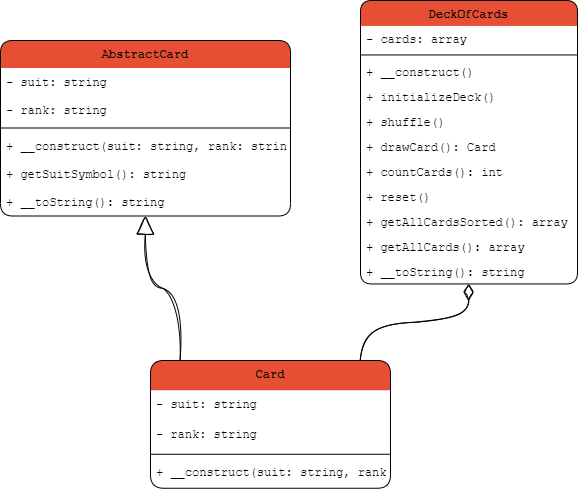
The draw.io diagram public/img/cards_uml.png in frivolousgirl/bth-mvc, before a commit. Source tidied: cells renumbered, new cells last; positions are measured from the earlier drawing's top-left corner, leaving out a move shared by most shapes. Source of this version:
```xml
<mxGraphModel>
  <root>
    <mxCell id="0" />
    <mxCell id="1" parent="0" />
    <mxCell id="2" value="AbstractCard" style="swimlane;fontStyle=1;align=center;verticalAlign=top;horizontal=1;startSize=27.5;fillColor=#E74F34;rounded=1;swimlaneLine=0;fontFamily=Courier New;" parent="1" vertex="1">
      <mxGeometry y="40" width="290" height="175.5" as="geometry" />
    </mxCell>
    <mxCell id="3" value="- suit: string" style="text;strokeColor=none;fillColor=none;align=left;verticalAlign=top;spacingLeft=4;spacingRight=4;overflow=hidden;fontFamily=Courier New;" parent="2" vertex="1">
      <mxGeometry y="27.5" width="290" height="28" as="geometry" />
    </mxCell>
    <mxCell id="4" value="- rank: string" style="text;strokeColor=none;fillColor=none;align=left;verticalAlign=top;spacingLeft=4;spacingRight=4;overflow=hidden;fontFamily=Courier New;" parent="2" vertex="1">
      <mxGeometry y="55.5" width="290" height="28" as="geometry" />
    </mxCell>
    <mxCell id="5" style="line;strokeWidth=1;fillColor=none;align=left;verticalAlign=middle;spacingTop=-1;spacingLeft=3;spacingRight=3;labelPosition=right;strokeColor=inherit;fontFamily=Courier New;" parent="2" vertex="1">
      <mxGeometry y="83.5" width="290" height="8" as="geometry" />
    </mxCell>
    <mxCell id="6" value="+ __construct(suit: string, rank: string)" style="text;strokeColor=none;fillColor=none;align=left;verticalAlign=top;spacingLeft=4;spacingRight=4;overflow=hidden;fontFamily=Courier New;" parent="2" vertex="1">
      <mxGeometry y="91.5" width="290" height="28" as="geometry" />
    </mxCell>
    <mxCell id="7" value="+ getSuitSymbol(): string" style="text;strokeColor=none;fillColor=none;align=left;verticalAlign=top;spacingLeft=4;spacingRight=4;overflow=hidden;fontFamily=Courier New;" parent="2" vertex="1">
      <mxGeometry y="119.5" width="290" height="28" as="geometry" />
    </mxCell>
    <mxCell id="8" value="+ __toString(): string" style="text;strokeColor=none;fillColor=none;align=left;verticalAlign=top;spacingLeft=4;spacingRight=4;overflow=hidden;fontFamily=Courier New;" parent="2" vertex="1">
      <mxGeometry y="147.5" width="290" height="28" as="geometry" />
    </mxCell>
    <mxCell id="9" value="Card" style="swimlane;fontStyle=1;align=center;verticalAlign=top;horizontal=1;startSize=29.75;fillColor=#E74F34;rounded=1;swimlaneLine=0;fontFamily=Courier New;" parent="1" vertex="1">
      <mxGeometry x="150" y="360" width="240" height="127.8" as="geometry" />
    </mxCell>
    <mxCell id="10" value="- suit: string" style="text;strokeColor=none;fillColor=none;align=left;verticalAlign=top;spacingLeft=4;spacingRight=4;overflow=hidden;rounded=1;fontFamily=Courier New;" parent="9" vertex="1">
      <mxGeometry y="29.8" width="240" height="30" as="geometry" />
    </mxCell>
    <mxCell id="11" value="- rank: string" style="text;strokeColor=none;fillColor=none;align=left;verticalAlign=top;spacingLeft=4;spacingRight=4;overflow=hidden;fontFamily=Courier New;" parent="9" vertex="1">
      <mxGeometry y="59.8" width="240" height="30" as="geometry" />
    </mxCell>
    <mxCell id="12" style="line;strokeWidth=1;fillColor=none;align=left;verticalAlign=middle;spacingTop=-1;spacingLeft=3;spacingRight=3;labelPosition=right;strokeColor=inherit;fontFamily=Courier New;" parent="9" vertex="1">
      <mxGeometry y="89.8" width="240" height="8" as="geometry" />
    </mxCell>
    <mxCell id="13" value="+ __construct(suit: string, rank: string)" style="text;strokeColor=none;fillColor=none;align=left;verticalAlign=top;spacingLeft=4;spacingRight=4;overflow=hidden;fontFamily=Courier New;" parent="9" vertex="1">
      <mxGeometry y="97.8" width="240" height="30" as="geometry" />
    </mxCell>
    <mxCell id="14" value="DeckOfCards" style="swimlane;fontStyle=1;align=center;verticalAlign=top;horizontal=1;startSize=25.454545454545453;fillColor=#E74F34;rounded=1;swimlaneLine=0;fontFamily=Courier New;" parent="1" vertex="1">
      <mxGeometry x="360" width="217" height="283.5" as="geometry" />
    </mxCell>
    <mxCell id="15" value="- cards: array" style="text;strokeColor=none;fillColor=none;align=left;verticalAlign=top;spacingLeft=4;spacingRight=4;overflow=hidden;fontFamily=Courier New;" parent="14" vertex="1">
      <mxGeometry y="25.5" width="217" height="25" as="geometry" />
    </mxCell>
    <mxCell id="16" style="line;strokeWidth=1;fillColor=none;align=left;verticalAlign=middle;spacingTop=-1;spacingLeft=3;spacingRight=3;labelPosition=right;strokeColor=inherit;fontFamily=Courier New;" parent="14" vertex="1">
      <mxGeometry y="50.5" width="217" height="8" as="geometry" />
    </mxCell>
    <mxCell id="17" value="+ __construct()" style="text;strokeColor=none;fillColor=none;align=left;verticalAlign=top;spacingLeft=4;spacingRight=4;overflow=hidden;fontFamily=Courier New;" parent="14" vertex="1">
      <mxGeometry y="58.5" width="217" height="25" as="geometry" />
    </mxCell>
    <mxCell id="18" value="+ initializeDeck()" style="text;strokeColor=none;fillColor=none;align=left;verticalAlign=top;spacingLeft=4;spacingRight=4;overflow=hidden;fontFamily=Courier New;" parent="14" vertex="1">
      <mxGeometry y="83.5" width="217" height="25" as="geometry" />
    </mxCell>
    <mxCell id="19" value="+ shuffle()" style="text;strokeColor=none;fillColor=none;align=left;verticalAlign=top;spacingLeft=4;spacingRight=4;overflow=hidden;fontFamily=Courier New;" parent="14" vertex="1">
      <mxGeometry y="108.5" width="217" height="25" as="geometry" />
    </mxCell>
    <mxCell id="20" value="+ drawCard(): Card" style="text;strokeColor=none;fillColor=none;align=left;verticalAlign=top;spacingLeft=4;spacingRight=4;overflow=hidden;fontFamily=Courier New;" parent="14" vertex="1">
      <mxGeometry y="133.5" width="217" height="25" as="geometry" />
    </mxCell>
    <mxCell id="21" value="+ countCards(): int" style="text;strokeColor=none;fillColor=none;align=left;verticalAlign=top;spacingLeft=4;spacingRight=4;overflow=hidden;fontFamily=Courier New;" parent="14" vertex="1">
      <mxGeometry y="158.5" width="217" height="25" as="geometry" />
    </mxCell>
    <mxCell id="22" value="+ reset()" style="text;strokeColor=none;fillColor=none;align=left;verticalAlign=top;spacingLeft=4;spacingRight=4;overflow=hidden;fontFamily=Courier New;" parent="14" vertex="1">
      <mxGeometry y="183.5" width="217" height="25" as="geometry" />
    </mxCell>
    <mxCell id="23" value="+ getAllCardsSorted(): array" style="text;strokeColor=none;fillColor=none;align=left;verticalAlign=top;spacingLeft=4;spacingRight=4;overflow=hidden;fontFamily=Courier New;" parent="14" vertex="1">
      <mxGeometry y="208.5" width="217" height="25" as="geometry" />
    </mxCell>
    <mxCell id="24" value="+ getAllCards(): array" style="text;strokeColor=none;fillColor=none;align=left;verticalAlign=top;spacingLeft=4;spacingRight=4;overflow=hidden;fontFamily=Courier New;" parent="14" vertex="1">
      <mxGeometry y="233.5" width="217" height="25" as="geometry" />
    </mxCell>
    <mxCell id="25" value="+ __toString(): string" style="text;strokeColor=none;fillColor=none;align=left;verticalAlign=top;spacingLeft=4;spacingRight=4;overflow=hidden;fontFamily=Courier New;" parent="14" vertex="1">
      <mxGeometry y="258.5" width="217" height="25" as="geometry" />
    </mxCell>
    <mxCell id="26" style="curved=1;startArrow=block;startSize=16;startFill=0;endArrow=none;exitX=0.4995554956896552;exitY=0.9971098265895953;entryX=0.12316140658484324;entryY=0;rounded=0;edgeStyle=orthogonalEdgeStyle;sketch=1;curveFitting=1;jiggle=2;fontFamily=Courier New;" parent="1" edge="1" source="2" target="9">
      <mxGeometry relative="1" as="geometry" />
    </mxCell>
    <mxCell id="27" style="curved=1;startArrow=diamondThin;startSize=14;startFill=0;endArrow=none;exitX=0.4987039170506912;exitY=1;entryX=0.8737001235875705;entryY=0;rounded=0;edgeStyle=orthogonalEdgeStyle;sketch=1;curveFitting=1;jiggle=2;fontFamily=Courier New;" parent="1" edge="1" source="14" target="9">
      <mxGeometry relative="1" as="geometry" />
    </mxCell>
  </root>
</mxGraphModel>
```
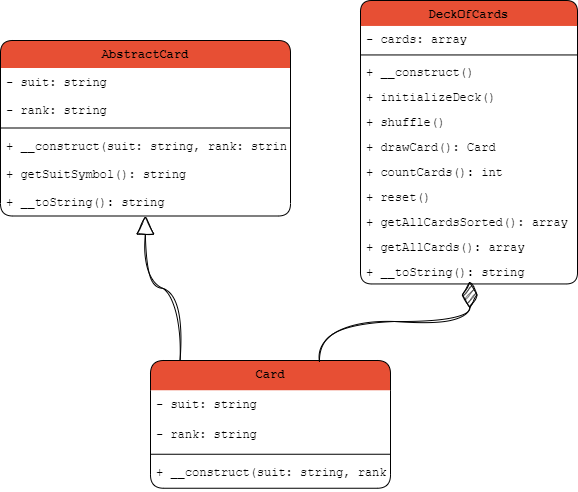
After the change.

Commit message:
Finnishing touches + updated UML image

The edit, as a diff of the source:
```diff
@@ -77,8 +77,10 @@
     <mxCell id="26" style="curved=1;startArrow=block;startSize=16;startFill=0;endArrow=none;exitX=0.4995554956896552;exitY=0.9971098265895953;entryX=0.12316140658484324;entryY=0;rounded=0;edgeStyle=orthogonalEdgeStyle;sketch=1;curveFitting=1;jiggle=2;fontFamily=Courier New;" parent="1" edge="1" source="2" target="9">
       <mxGeometry relative="1" as="geometry" />
     </mxCell>
-    <mxCell id="27" style="curved=1;startArrow=diamondThin;startSize=14;startFill=0;endArrow=none;exitX=0.4987039170506912;exitY=1;entryX=0.8737001235875705;entryY=0;rounded=0;edgeStyle=orthogonalEdgeStyle;sketch=1;curveFitting=1;jiggle=2;fontFamily=Courier New;" parent="1" edge="1" source="14" target="9">
-      <mxGeometry relative="1" as="geometry" />
-    </mxCell>
+    <mxCell id="28" style="endArrow=diamondThin;endFill=1;endSize=24;html=1;rounded=0;edgeStyle=orthogonalEdgeStyle;curved=1;sketch=1;curveFitting=1;jiggle=2;exitX=0.704;exitY=0.008;exitDx=0;exitDy=0;exitPerimeter=0;" parent="1" edge="1" source="9">
+      <mxGeometry relative="1" as="geometry">
+        <mxPoint x="469" y="281" as="targetPoint" />
+      </mxGeometry>
+    </mxCell>
   </root>
 </mxGraphModel>
```
